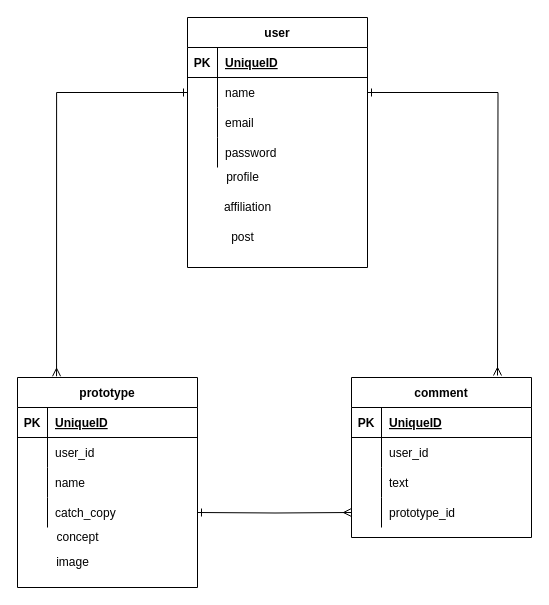
Earlier version of the draw.io diagram protospece.dio (koukikki/protospace-fukui2021-FKYee). Source tidied: cells renumbered, new cells numbered last; positions are measured from the earlier drawing's top-left corner, leaving out a move shared by most shapes. Both pictures are drawn from the tidied source at 100%, with x=0, y=0 at pixel (17, 17).
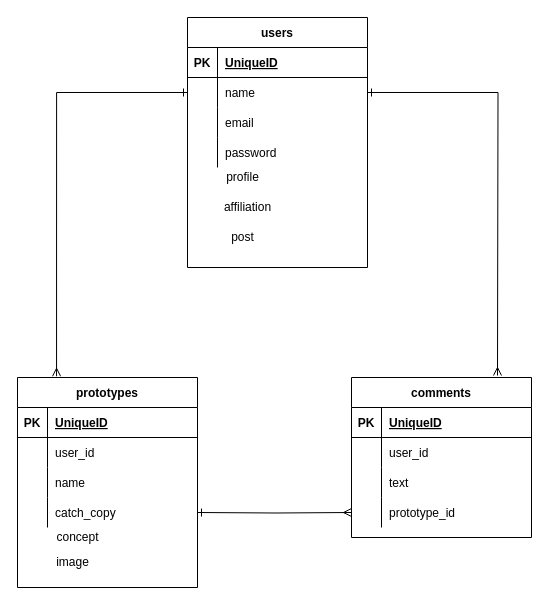
The same diagram, later.

Change to the diagram source:
```diff
@@
-    <mxCell id="2" value="prototype" style="shape=table;startSize=30;childLayout=tableLayout;rowLines=0;fontStyle=1;align=center;" parent="1" vertex="1">
+    <mxCell id="2" value="prototypes" style="shape=table;startSize=30;childLayout=tableLayout;rowLines=0;fontStyle=1;align=center;" parent="1" vertex="1">
       <mxGeometry y="360" width="180" height="210" as="geometry" />
     </mxCell>
@@
-    <mxCell id="15" value="comment" style="shape=table;startSize=30;childLayout=tableLayout;rowLines=0;fontStyle=1;align=center;" parent="1" vertex="1">
+    <mxCell id="15" value="comments" style="shape=table;startSize=30;childLayout=tableLayout;rowLines=0;fontStyle=1;align=center;" parent="1" vertex="1">
       <mxGeometry x="334" y="360" width="180" height="160" as="geometry" />
     </mxCell>
@@
-    <mxCell id="28" value="user" style="shape=table;startSize=30;childLayout=tableLayout;rowLines=0;fontStyle=1;align=center;" parent="1" vertex="1">
+    <mxCell id="28" value="users" style="shape=table;startSize=30;childLayout=tableLayout;rowLines=0;fontStyle=1;align=center;" parent="1" vertex="1">
       <mxGeometry x="170" width="180" height="250" as="geometry" />
     </mxCell>
```
